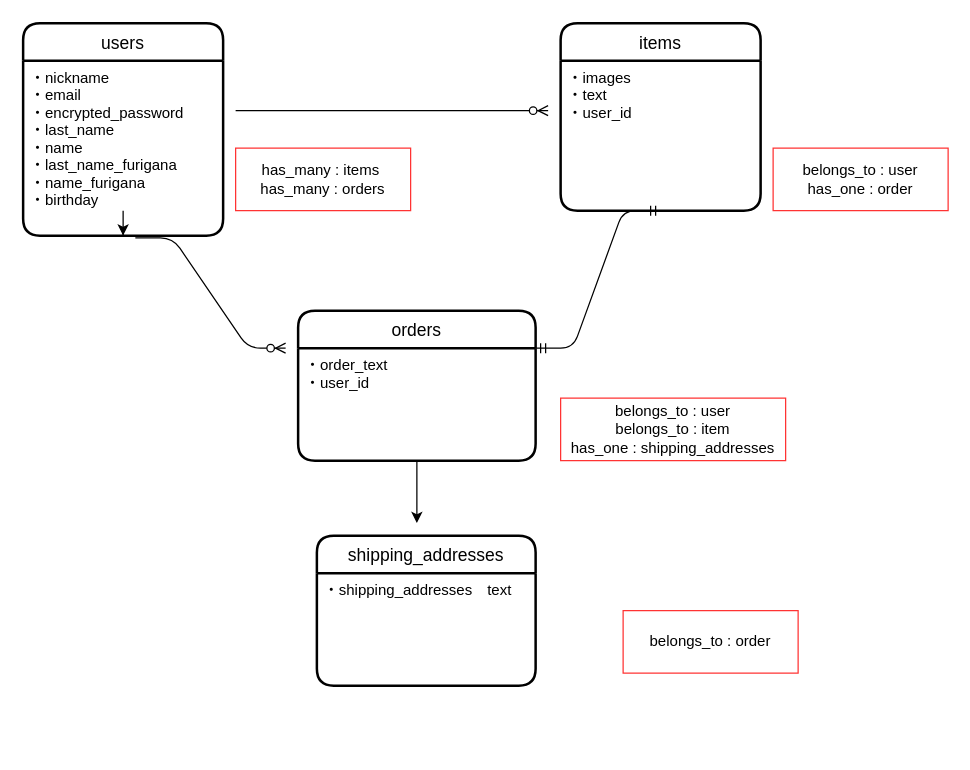
Earlier version of the draw.io diagram app/views/DB.dio (aya10969/furima-35780). Source tidied: cells renumbered, new cells numbered last; positions are measured from the earlier drawing's top-left corner, leaving out a move shared by most shapes. Both pictures are drawn from the tidied source at 125%, with x=0, y=0 at pixel (22, 22).
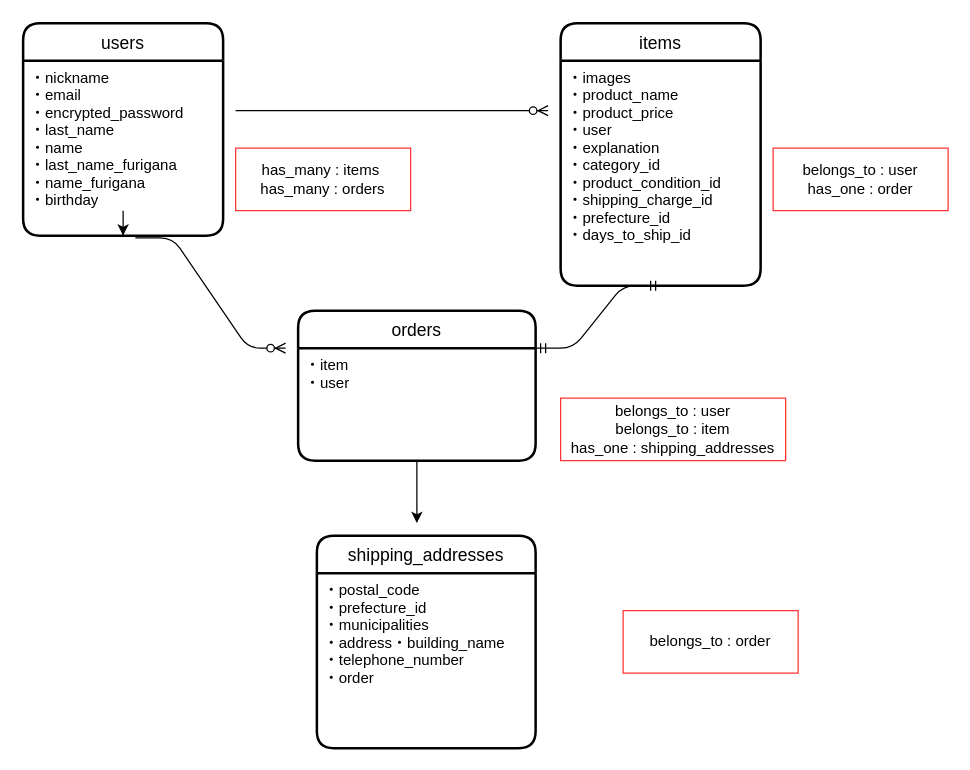
The same diagram, later.

Unchanged cells that the change refers to:
```xml
<mxCell id="8" value="orders" style="swimlane;horizontal=1;startSize=30;rounded=1;fontSize=14;fontStyle=0;strokeWidth=2;shadow=0;dashed=0;align=center;" parent="1" vertex="1">
  <mxGeometry x="220" y="230" width="190" height="120" as="geometry" />
</mxCell>
```

What changed in the source:
```diff
@@
-    <mxCell id="9" value="・order_text&#10;・user_id&#10;&#10;" style="align=left;strokeColor=none;fillColor=none;spacingLeft=4;fontSize=12;verticalAlign=top;" parent="8" vertex="1">
+    <mxCell id="9" value="・item&#10;・user&#10;&#10;" style="align=left;strokeColor=none;fillColor=none;spacingLeft=4;fontSize=12;verticalAlign=top;" parent="8" vertex="1">
       <mxGeometry y="30" width="190" height="90" as="geometry" />
     </mxCell>
     <mxCell id="10" value="items" style="swimlane;horizontal=1;startSize=30;rounded=1;fontSize=14;fontStyle=0;strokeWidth=2;shadow=0;dashed=0;align=center;" parent="1" vertex="1">
-      <mxGeometry x="430" width="160" height="150" as="geometry" />
+      <mxGeometry x="430" width="160" height="210" as="geometry" />
     </mxCell>
-    <mxCell id="11" value="・images&#10;・text&#10;・user_id&#10;&#10;" style="align=left;strokeColor=none;fillColor=none;spacingLeft=4;fontSize=12;verticalAlign=top;" parent="10" vertex="1">
-      <mxGeometry y="30" width="160" height="120" as="geometry" />
+    <mxCell id="11" value="・images&#10;・product_name&#10;・product_price &#10;・user &#10;・explanation&#10;・category_id&#10;・product_condition_id    &#10;・shipping_charge_id &#10;・prefecture_id  &#10;・days_to_ship_id &#10;&#10;" style="align=left;strokeColor=none;fillColor=none;spacingLeft=4;fontSize=12;verticalAlign=top;" parent="10" vertex="1">
+      <mxGeometry y="30" width="160" height="180" as="geometry" />
     </mxCell>
@@
     <mxCell id="16" value="shipping_addresses" style="swimlane;horizontal=1;startSize=30;rounded=1;fontSize=14;fontStyle=0;strokeWidth=2;shadow=0;dashed=0;align=center;" parent="1" vertex="1">
-      <mxGeometry x="235" y="410" width="175" height="120" as="geometry" />
+      <mxGeometry x="235" y="410" width="175" height="170" as="geometry" />
     </mxCell>
-    <mxCell id="17" value="・shipping_addresses　text" style="align=left;strokeColor=none;fillColor=none;spacingLeft=4;fontSize=12;verticalAlign=top;" parent="16" vertex="1">
-      <mxGeometry y="30" width="175" height="90" as="geometry" />
+    <mxCell id="17" value="・postal_code &#10;・prefecture_id&#10;・municipalities &#10;・address・building_name &#10;・telephone_number &#10;・order " style="align=left;strokeColor=none;fillColor=none;spacingLeft=4;fontSize=12;verticalAlign=top;" parent="16" vertex="1">
+      <mxGeometry y="30" width="175" height="140" as="geometry" />
     </mxCell>
```
